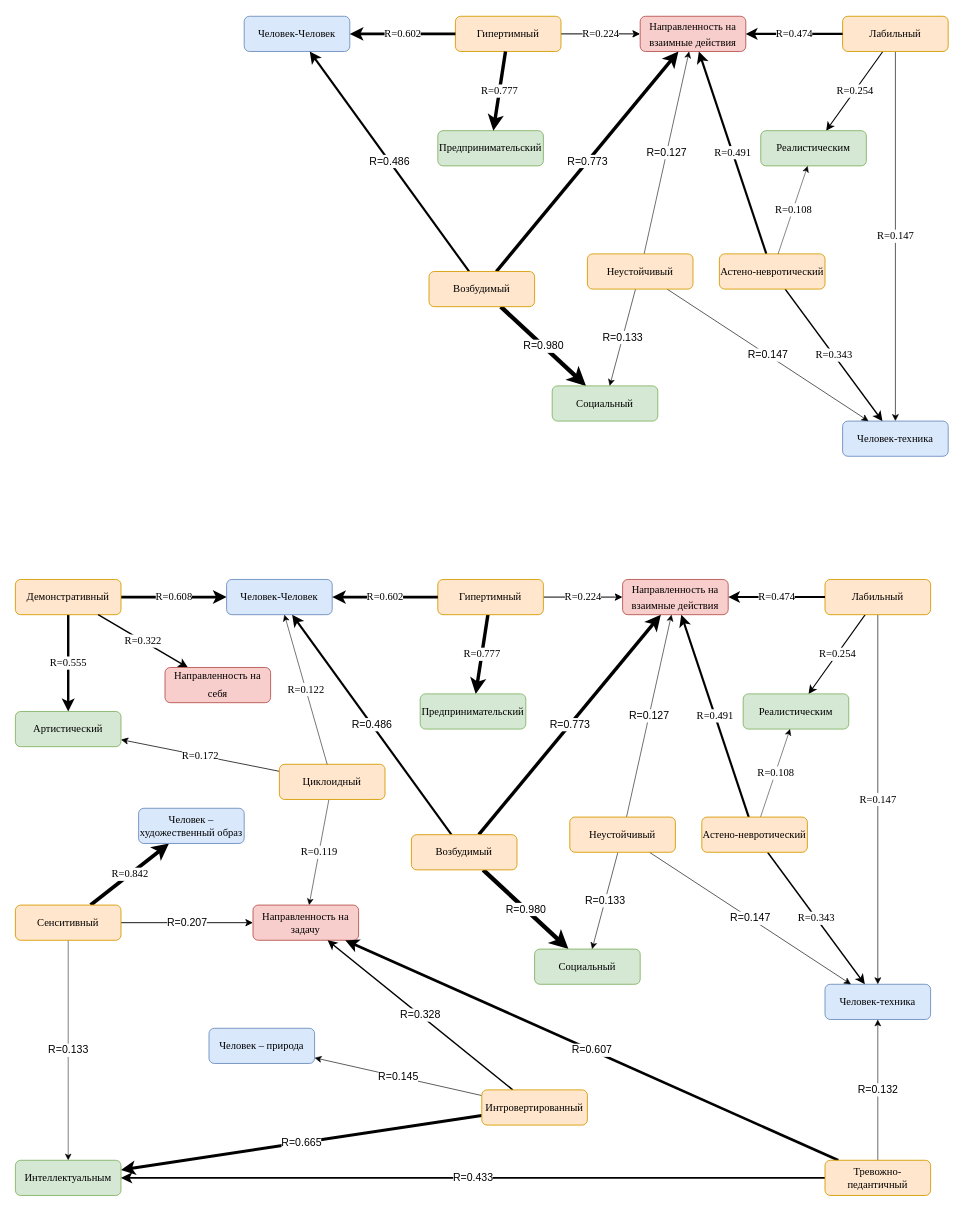
Mikhailgumerov/drawio keeps this draw.io diagram as Плеяды.drawio. Above is the earlier version. Source tidied: cells renumbered, new cells numbered last; positions are measured from the earlier drawing's top-left corner, leaving out a move shared by most shapes. Both pictures are drawn from the tidied source at 88%, with x=0, y=0 at pixel (15, 16).
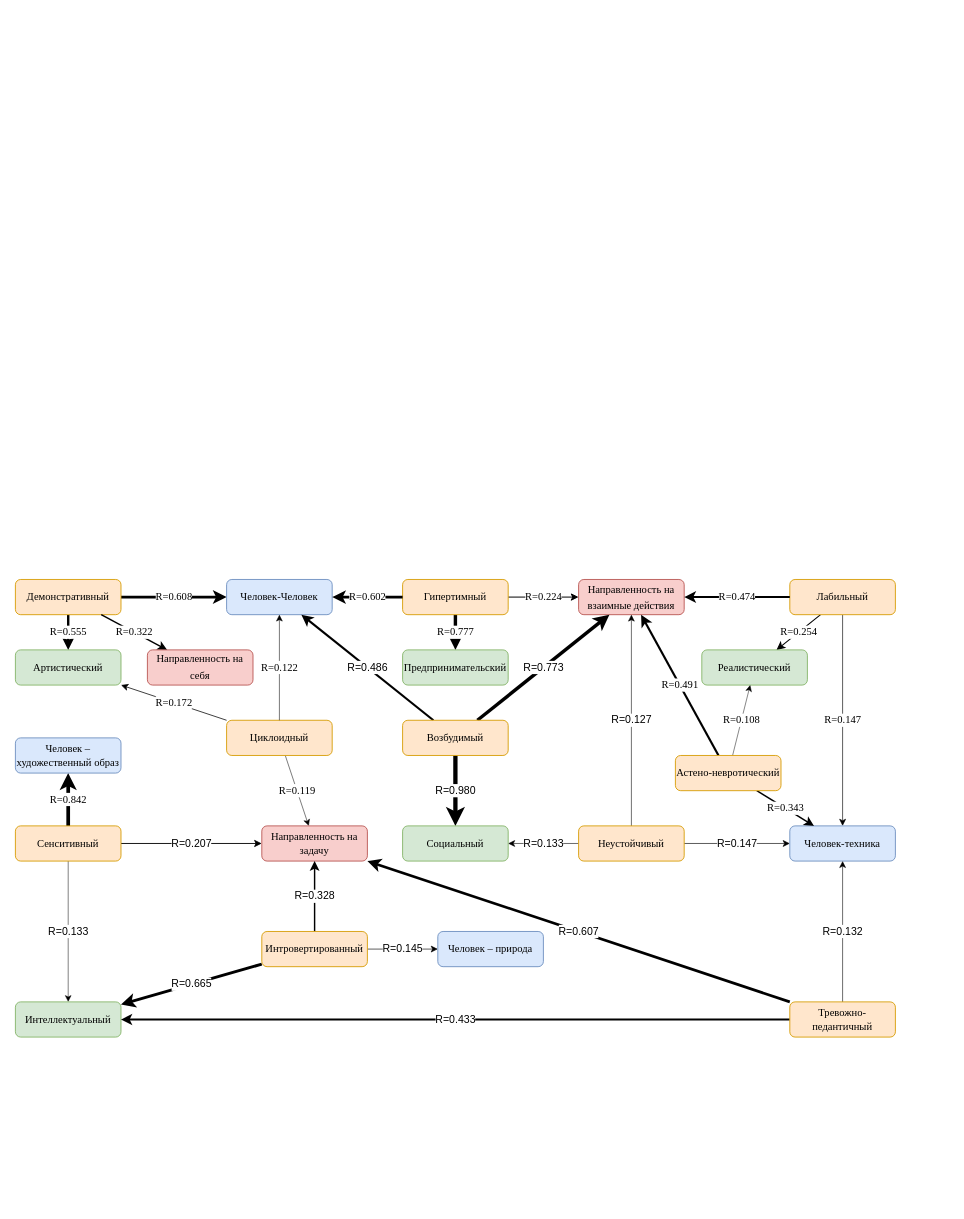
The same page after the edit.

Change to the diagram source:
```diff
@@
     <mxCell id="6" value="&lt;br&gt;&lt;span&gt;&lt;font&gt;Артистический&lt;/font&gt;&lt;/span&gt;&lt;div&gt;&lt;br&gt;&lt;/div&gt;" style="whiteSpace=wrap;html=1;fontFamily=Times New Roman;fillColor=#d5e8d4;strokeColor=#82b366;rounded=1;fontSize=12;" parent="1" vertex="1">
-      <mxGeometry y="790" width="120" height="40" as="geometry" />
+      <mxGeometry y="720" width="120" height="40" as="geometry" />
     </mxCell>
@@
     <mxCell id="8" value="&lt;span style=&quot;text-align: start; line-height: 19.9733px;&quot;&gt;&lt;font&gt;Направленность на себя&lt;/font&gt;&lt;/span&gt;&lt;span style=&quot;text-align: start;&quot;&gt;&lt;/span&gt;" style="rounded=1;whiteSpace=wrap;html=1;fillColor=#f8cecc;strokeColor=#b85450;fontFamily=Times New Roman;fontSize=12;" parent="1" vertex="1">
-      <mxGeometry x="170" y="740" width="120" height="40" as="geometry" />
+      <mxGeometry x="150" y="720" width="120" height="40" as="geometry" />
     </mxCell>
@@
     <mxCell id="11" value="&lt;br&gt;&lt;span&gt;Гипертимный&lt;/span&gt;&lt;div&gt;&lt;br&gt;&lt;/div&gt;" style="rounded=1;whiteSpace=wrap;html=1;fillColor=#ffe6cc;strokeColor=#d79b00;fontFamily=Times New Roman;fontSize=12;" parent="1" vertex="1">
-      <mxGeometry x="480" y="640" width="120" height="40" as="geometry" />
+      <mxGeometry x="440" y="640" width="120" height="40" as="geometry" />
     </mxCell>
@@
     <mxCell id="13" value="&lt;br&gt;&lt;span&gt;Предпринимательский&lt;/span&gt;&lt;div&gt;&lt;br&gt;&lt;/div&gt;" style="rounded=1;whiteSpace=wrap;html=1;fillColor=#d5e8d4;strokeColor=#82b366;fontFamily=Times New Roman;fontSize=12;" parent="1" vertex="1">
-      <mxGeometry x="460" y="770" width="120" height="40" as="geometry" />
+      <mxGeometry x="440" y="720" width="120" height="40" as="geometry" />
     </mxCell>
     <mxCell id="14" value="&lt;span style=&quot;text-align: start; line-height: 19.9733px;&quot;&gt;Н&lt;/span&gt;&lt;span style=&quot;text-align: start; background-color: transparent;&quot;&gt;аправленность на взаимные действия&lt;/span&gt;&lt;div&gt;&lt;span style=&quot;text-align: start;&quot;&gt;&lt;/span&gt;&lt;/div&gt;" style="rounded=1;whiteSpace=wrap;html=1;fillColor=#f8cecc;strokeColor=#b85450;fontFamily=Times New Roman;fontSize=12;" parent="1" vertex="1">
-      <mxGeometry x="690" y="640" width="120" height="40" as="geometry" />
+      <mxGeometry x="640" y="640" width="120" height="40" as="geometry" />
     </mxCell>
@@
     <mxCell id="17" value="&lt;br&gt;&lt;span&gt;Циклоидный&lt;/span&gt;&lt;div&gt;&lt;br&gt;&lt;/div&gt;" style="rounded=1;whiteSpace=wrap;html=1;fillColor=#ffe6cc;strokeColor=#d79b00;fontSize=12;fontFamily=Times New Roman;" parent="1" vertex="1">
-      <mxGeometry x="300" y="850" width="120" height="40" as="geometry" />
+      <mxGeometry x="240" y="800" width="120" height="40" as="geometry" />
     </mxCell>
@@
     <mxCell id="19" value="&lt;div&gt;&lt;span style=&quot;background-color: transparent;&quot;&gt;Н&lt;/span&gt;&lt;span style=&quot;background-color: transparent;&quot;&gt;аправленность на задачу&lt;/span&gt;&lt;br&gt;&lt;/div&gt;" style="rounded=1;whiteSpace=wrap;html=1;fillColor=#f8cecc;strokeColor=#b85450;fontSize=12;fontFamily=Times New Roman;" parent="1" vertex="1">
-      <mxGeometry x="270" y="1010" width="120" height="40" as="geometry" />
+      <mxGeometry x="280" y="920" width="120" height="40" as="geometry" />
     </mxCell>
@@
     <mxCell id="22" value="&lt;span&gt;Лабильный&lt;/span&gt;" style="rounded=1;whiteSpace=wrap;html=1;fillColor=#ffe6cc;strokeColor=#d79b00;fontSize=12;fontFamily=Times New Roman;" parent="1" vertex="1">
-      <mxGeometry x="920" y="640" width="120" height="40" as="geometry" />
+      <mxGeometry x="880" y="640" width="120" height="40" as="geometry" />
     </mxCell>
     <mxCell id="23" value="&lt;span&gt;Человек-техника&lt;/span&gt;" style="rounded=1;whiteSpace=wrap;html=1;fillColor=#dae8fc;strokeColor=#6c8ebf;fontSize=12;fontFamily=Times New Roman;" parent="1" vertex="1">
-      <mxGeometry x="920" y="1100" width="120" height="40" as="geometry" />
+      <mxGeometry x="880" y="920" width="120" height="40" as="geometry" />
     </mxCell>
-    <mxCell id="24" value="&lt;span&gt;Реалистическим&lt;/span&gt;" style="rounded=1;whiteSpace=wrap;html=1;fillColor=#d5e8d4;strokeColor=#82b366;fontSize=12;fontFamily=Times New Roman;" parent="1" vertex="1">
-      <mxGeometry x="827" y="770" width="120" height="40" as="geometry" />
+    <mxCell id="24" value="&lt;span&gt;Реалистический&lt;/span&gt;" style="rounded=1;whiteSpace=wrap;html=1;fillColor=#d5e8d4;strokeColor=#82b366;fontSize=12;fontFamily=Times New Roman;" parent="1" vertex="1">
+      <mxGeometry x="780" y="720" width="120" height="40" as="geometry" />
     </mxCell>
@@
     <mxCell id="28" value="&lt;br&gt;&lt;span&gt;Астено-невротический&lt;/span&gt;&lt;div&gt;&lt;br&gt;&lt;/div&gt;" style="rounded=1;whiteSpace=wrap;html=1;fillColor=#ffe6cc;strokeColor=#d79b00;fontSize=12;fontFamily=Times New Roman;" parent="1" vertex="1">
-      <mxGeometry x="780" y="910" width="120" height="40" as="geometry" />
+      <mxGeometry x="750" y="840" width="120" height="40" as="geometry" />
     </mxCell>
@@
     <mxCell id="32" value="&lt;span&gt;Сенситивный&lt;/span&gt;" style="rounded=1;whiteSpace=wrap;html=1;fillColor=#ffe6cc;strokeColor=#d79b00;fontSize=12;fontFamily=Times New Roman;" parent="1" vertex="1">
-      <mxGeometry y="1010" width="120" height="40" as="geometry" />
+      <mxGeometry y="920" width="120" height="40" as="geometry" />
     </mxCell>
     <mxCell id="33" value="&lt;br&gt;&lt;span&gt;Человек – художественный образ&lt;/span&gt;&lt;div&gt;&lt;br&gt;&lt;/div&gt;" style="rounded=1;whiteSpace=wrap;html=1;fillColor=#dae8fc;strokeColor=#6c8ebf;fontSize=12;fontFamily=Times New Roman;" parent="1" vertex="1">
-      <mxGeometry x="140" y="900" width="120" height="40" as="geometry" />
+      <mxGeometry y="820" width="120" height="40" as="geometry" />
     </mxCell>
-    <mxCell id="34" value="&lt;br&gt;&lt;span&gt;Интеллектуальным&lt;/span&gt;&lt;div&gt;&lt;br&gt;&lt;/div&gt;" style="rounded=1;whiteSpace=wrap;html=1;fillColor=#d5e8d4;strokeColor=#82b366;fontSize=12;fontFamily=Times New Roman;" parent="1" vertex="1">
-      <mxGeometry y="1300" width="120" height="40" as="geometry" />
+    <mxCell id="34" value="&lt;br&gt;&lt;span&gt;Интеллектуальный&lt;/span&gt;&lt;div&gt;&lt;br&gt;&lt;/div&gt;" style="rounded=1;whiteSpace=wrap;html=1;fillColor=#d5e8d4;strokeColor=#82b366;fontSize=12;fontFamily=Times New Roman;" parent="1" vertex="1">
+      <mxGeometry y="1120" width="120" height="40" as="geometry" />
     </mxCell>
@@
     <mxCell id="38" value="&lt;br&gt;&lt;span style=&quot;font-family: &amp;quot;Times New Roman&amp;quot;;&quot;&gt;Тревожно-педантичный&lt;/span&gt;&lt;div&gt;&lt;br&gt;&lt;/div&gt;" style="rounded=1;whiteSpace=wrap;html=1;fillColor=#ffe6cc;strokeColor=#d79b00;fontSize=12;" parent="1" vertex="1">
-      <mxGeometry x="920" y="1300" width="120" height="40" as="geometry" />
+      <mxGeometry x="880" y="1120" width="120" height="40" as="geometry" />
     </mxCell>
@@
     <mxCell id="42" value="&lt;span style=&quot;text-align: start; line-height: 19.9733px; font-family: &amp;quot;Times New Roman&amp;quot;;&quot;&gt;Интровертированный&lt;/span&gt;&lt;span style=&quot;text-align: start;&quot;&gt;&lt;/span&gt;" style="rounded=1;whiteSpace=wrap;html=1;fillColor=#ffe6cc;strokeColor=#d79b00;fontSize=12;" parent="1" vertex="1">
-      <mxGeometry x="530" y="1220" width="120" height="40" as="geometry" />
+      <mxGeometry x="280" y="1040" width="120" height="40" as="geometry" />
     </mxCell>
     <mxCell id="43" value="&lt;br&gt;&lt;span style=&quot;font-family: &amp;quot;Times New Roman&amp;quot;;&quot;&gt;Человек – природа&lt;/span&gt;&lt;div&gt;&lt;br&gt;&lt;/div&gt;" style="rounded=1;whiteSpace=wrap;html=1;fillColor=#dae8fc;strokeColor=#6c8ebf;fontSize=12;" parent="1" vertex="1">
-      <mxGeometry x="220" y="1150" width="120" height="40" as="geometry" />
+      <mxGeometry x="480" y="1040" width="120" height="40" as="geometry" />
     </mxCell>
@@
     <mxCell id="47" value="&lt;br&gt;&lt;span style=&quot;font-family: &amp;quot;Times New Roman&amp;quot;;&quot;&gt;Возбудимый&lt;/span&gt;&lt;div&gt;&lt;br&gt;&lt;/div&gt;" style="rounded=1;whiteSpace=wrap;html=1;fillColor=#ffe6cc;strokeColor=#d79b00;fontSize=12;" parent="1" vertex="1">
-      <mxGeometry x="450" y="930" width="120" height="40" as="geometry" />
+      <mxGeometry x="440" y="800" width="120" height="40" as="geometry" />
     </mxCell>
     <mxCell id="48" value="&lt;br&gt;&lt;span style=&quot;font-family: &amp;quot;Times New Roman&amp;quot;;&quot;&gt;Социальный&lt;/span&gt;&lt;div&gt;&lt;br&gt;&lt;/div&gt;" style="rounded=1;whiteSpace=wrap;html=1;fillColor=#d5e8d4;strokeColor=#82b366;fontSize=12;" parent="1" vertex="1">
-      <mxGeometry x="590" y="1060" width="120" height="40" as="geometry" />
+      <mxGeometry x="440" y="920" width="120" height="40" as="geometry" />
     </mxCell>
@@
     <mxCell id="52" value="&lt;br&gt;&lt;span style=&quot;font-family: &amp;quot;Times New Roman&amp;quot;;&quot;&gt;Неустойчивый&lt;/span&gt;&lt;div&gt;&lt;br&gt;&lt;/div&gt;" style="rounded=1;whiteSpace=wrap;html=1;fillColor=#ffe6cc;strokeColor=#d79b00;fontSize=12;" parent="1" vertex="1">
-      <mxGeometry x="630" y="910" width="120" height="40" as="geometry" />
+      <mxGeometry x="640" y="920" width="120" height="40" as="geometry" />
     </mxCell>
@@
-    <mxCell id="54" value="Человек-Человек" style="whiteSpace=wrap;html=1;rounded=1;fontFamily=Times New Roman;fontSize=12;fillColor=#dae8fc;strokeColor=#6c8ebf;" parent="1" vertex="1">
-      <mxGeometry x="260" width="120" height="40" as="geometry" />
-    </mxCell>
-    <mxCell id="55" value="R=0.224" style="rounded=0;jettySize=auto;html=1;strokeWidth=1.12;fontFamily=Times New Roman;fontSize=12;strokeColor=default;" parent="1" edge="1" source="56" target="59">
-      <mxGeometry relative="1" as="geometry" />
-    </mxCell>
-    <mxCell id="56" value="&lt;br&gt;&lt;span&gt;Гипертимный&lt;/span&gt;&lt;div&gt;&lt;br&gt;&lt;/div&gt;" style="rounded=1;whiteSpace=wrap;html=1;fillColor=#ffe6cc;strokeColor=#d79b00;fontFamily=Times New Roman;fontSize=12;" parent="1" vertex="1">
-      <mxGeometry x="500" width="120" height="40" as="geometry" />
-    </mxCell>
-    <mxCell id="57" value="R=0.602" style="endArrow=classic;html=1;rounded=0;strokeWidth=3.01;fontFamily=Times New Roman;fontSize=12;strokeColor=default;" parent="1" edge="1" source="56" target="54">
-      <mxGeometry relative="1" as="geometry" />
-    </mxCell>
-    <mxCell id="58" value="&lt;br&gt;&lt;span&gt;Предпринимательский&lt;/span&gt;&lt;div&gt;&lt;br&gt;&lt;/div&gt;" style="rounded=1;whiteSpace=wrap;html=1;fillColor=#d5e8d4;strokeColor=#82b366;fontFamily=Times New Roman;fontSize=12;" parent="1" vertex="1">
-      <mxGeometry x="480" y="130" width="120" height="40" as="geometry" />
-    </mxCell>
-    <mxCell id="59" value="&lt;span style=&quot;text-align: start; line-height: 19.9733px;&quot;&gt;Н&lt;/span&gt;&lt;span style=&quot;text-align: start; background-color: transparent;&quot;&gt;аправленность на взаимные действия&lt;/span&gt;&lt;div&gt;&lt;span style=&quot;text-align: start;&quot;&gt;&lt;/span&gt;&lt;/div&gt;" style="rounded=1;whiteSpace=wrap;html=1;fillColor=#f8cecc;strokeColor=#b85450;fontFamily=Times New Roman;fontSize=12;" parent="1" vertex="1">
-      <mxGeometry x="710" width="120" height="40" as="geometry" />
-    </mxCell>
-    <mxCell id="60" value="R=0.254" style="rounded=0;jettySize=auto;html=1;fontSize=12;fontFamily=Times New Roman;strokeWidth=1.27;" parent="1" edge="1" source="62" target="64">
-      <mxGeometry relative="1" as="geometry" />
-    </mxCell>
-    <mxCell id="61" value="R=0.147" style="rounded=0;jettySize=auto;html=1;fontSize=12;fontFamily=Times New Roman;strokeWidth=0.735;" parent="1" edge="1" source="62" target="63">
-      <mxGeometry relative="1" as="geometry" />
-    </mxCell>
-    <mxCell id="62" value="&lt;span&gt;Лабильный&lt;/span&gt;" style="rounded=1;whiteSpace=wrap;html=1;fillColor=#ffe6cc;strokeColor=#d79b00;fontSize=12;fontFamily=Times New Roman;" parent="1" vertex="1">
-      <mxGeometry x="940" width="120" height="40" as="geometry" />
-    </mxCell>
-    <mxCell id="63" value="&lt;span&gt;Человек-техника&lt;/span&gt;" style="rounded=1;whiteSpace=wrap;html=1;fillColor=#dae8fc;strokeColor=#6c8ebf;fontSize=12;fontFamily=Times New Roman;" parent="1" vertex="1">
-      <mxGeometry x="940" y="460" width="120" height="40" as="geometry" />
-    </mxCell>
-    <mxCell id="64" value="&lt;span&gt;Реалистическим&lt;/span&gt;" style="rounded=1;whiteSpace=wrap;html=1;fillColor=#d5e8d4;strokeColor=#82b366;fontSize=12;fontFamily=Times New Roman;" parent="1" vertex="1">
-      <mxGeometry x="847" y="130" width="120" height="40" as="geometry" />
-    </mxCell>
-    <mxCell id="65" value="R=0.491" style="rounded=0;jettySize=auto;html=1;fontSize=12;fontFamily=Times New Roman;strokeWidth=2.455;" parent="1" edge="1" source="67" target="59">
-      <mxGeometry relative="1" as="geometry" />
-    </mxCell>
-    <mxCell id="66" value="R=0.343" style="rounded=0;jettySize=auto;html=1;fontSize=12;fontFamily=Times New Roman;strokeWidth=1.715;" parent="1" edge="1" source="67" target="63">
-      <mxGeometry relative="1" as="geometry" />
-    </mxCell>
-    <mxCell id="67" value="&lt;br&gt;&lt;span&gt;Астено-невротический&lt;/span&gt;&lt;div&gt;&lt;br&gt;&lt;/div&gt;" style="rounded=1;whiteSpace=wrap;html=1;fillColor=#ffe6cc;strokeColor=#d79b00;fontSize=12;fontFamily=Times New Roman;" parent="1" vertex="1">
-      <mxGeometry x="800" y="270" width="120" height="40" as="geometry" />
-    </mxCell>
-    <mxCell id="68" value="R=0.486" style="rounded=0;jettySize=auto;html=1;fontSize=12;strokeWidth=2.43;" parent="1" edge="1" source="71" target="54">
-      <mxGeometry relative="1" as="geometry" />
-    </mxCell>
-    <mxCell id="69" value="R=0.773" style="rounded=0;jettySize=auto;html=1;fontSize=12;strokeWidth=3.865;" parent="1" edge="1" source="71" target="59">
-      <mxGeometry relative="1" as="geometry" />
-    </mxCell>
-    <mxCell id="70" value="R=0.980" style="rounded=0;jettySize=auto;html=1;fontSize=12;strokeWidth=4.9;" parent="1" edge="1" source="71" target="72">
-      <mxGeometry relative="1" as="geometry" />
-    </mxCell>
-    <mxCell id="71" value="&lt;br&gt;&lt;span style=&quot;font-family: &amp;quot;Times New Roman&amp;quot;;&quot;&gt;Возбудимый&lt;/span&gt;&lt;div&gt;&lt;br&gt;&lt;/div&gt;" style="rounded=1;whiteSpace=wrap;html=1;fillColor=#ffe6cc;strokeColor=#d79b00;fontSize=12;" parent="1" vertex="1">
-      <mxGeometry x="470" y="290" width="120" height="40" as="geometry" />
-    </mxCell>
-    <mxCell id="72" value="&lt;br&gt;&lt;span style=&quot;font-family: &amp;quot;Times New Roman&amp;quot;;&quot;&gt;Социальный&lt;/span&gt;&lt;div&gt;&lt;br&gt;&lt;/div&gt;" style="rounded=1;whiteSpace=wrap;html=1;fillColor=#d5e8d4;strokeColor=#82b366;fontSize=12;" parent="1" vertex="1">
-      <mxGeometry x="610" y="420" width="120" height="40" as="geometry" />
-    </mxCell>
-    <mxCell id="73" value="R=0.127" style="rounded=0;jettySize=auto;html=1;fontSize=12;strokeWidth=0.635;" parent="1" edge="1" source="76" target="59">
-      <mxGeometry relative="1" as="geometry" />
-    </mxCell>
-    <mxCell id="74" value="R=0.133" style="rounded=0;jettySize=auto;html=1;fontSize=12;strokeWidth=0.665;" parent="1" edge="1" source="76" target="72">
-      <mxGeometry relative="1" as="geometry" />
-    </mxCell>
-    <mxCell id="75" value="R=0.147" style="rounded=0;jettySize=auto;html=1;fontSize=12;strokeWidth=0.735;" parent="1" edge="1" source="76" target="63">
-      <mxGeometry relative="1" as="geometry" />
-    </mxCell>
-    <mxCell id="76" value="&lt;br&gt;&lt;span style=&quot;font-family: &amp;quot;Times New Roman&amp;quot;;&quot;&gt;Неустойчивый&lt;/span&gt;&lt;div&gt;&lt;br&gt;&lt;/div&gt;" style="rounded=1;whiteSpace=wrap;html=1;fillColor=#ffe6cc;strokeColor=#d79b00;fontSize=12;" parent="1" vertex="1">
-      <mxGeometry x="650" y="270" width="120" height="40" as="geometry" />
-    </mxCell>
-    <mxCell id="77" value="R=0.474" style="rounded=0;jettySize=auto;html=1;fontSize=12;fontFamily=Times New Roman;strokeWidth=2.37;" parent="1" edge="1" source="62" target="59">
-      <mxGeometry relative="1" as="geometry" />
-    </mxCell>
-    <mxCell id="78" value="R=0.777" style="rounded=0;jettySize=auto;html=1;strokeWidth=3.885;fontFamily=Times New Roman;fontSize=12;strokeColor=default;" parent="1" edge="1" source="56" target="58">
-      <mxGeometry relative="1" as="geometry" />
-    </mxCell>
-    <mxCell id="79" value="R=0.108" style="rounded=0;jettySize=auto;html=1;fontSize=12;fontFamily=Times New Roman;strokeWidth=0.54;" parent="1" edge="1" source="67" target="64">
-      <mxGeometry relative="1" as="geometry" />
-    </mxCell>
```
